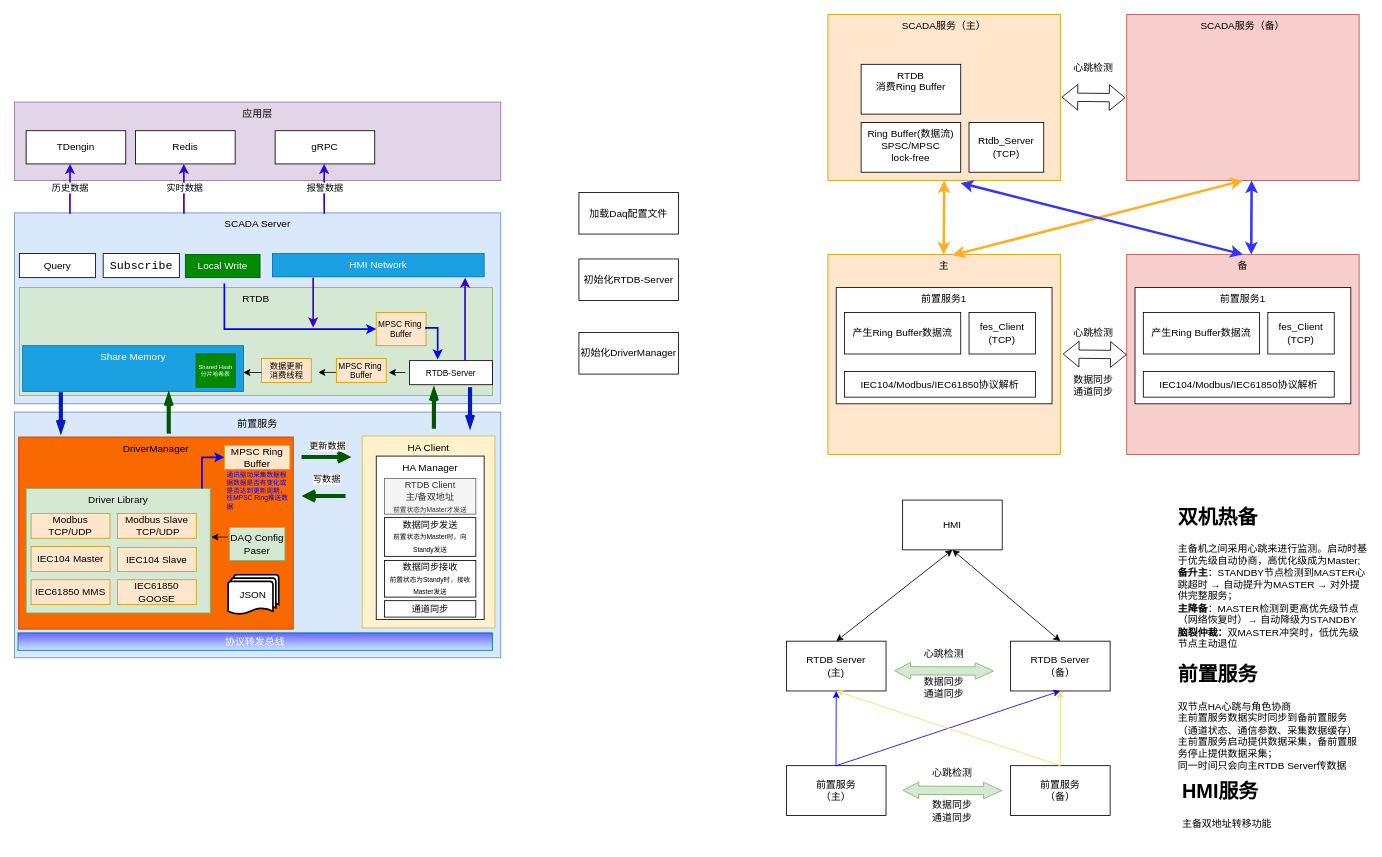
fuhui0321/diagram keeps this draw.io diagram as page "前置&SCADA架构" (3 of 4) of EMS软件架构图.drawio. Above is the earlier version. Source tidied: cells renumbered, new cells numbered last; positions are measured from the earlier drawing's top-left corner, leaving out a move shared by most shapes. Both pictures are drawn from the tidied source at 83%, with x=0, y=0 at pixel (14, 14).
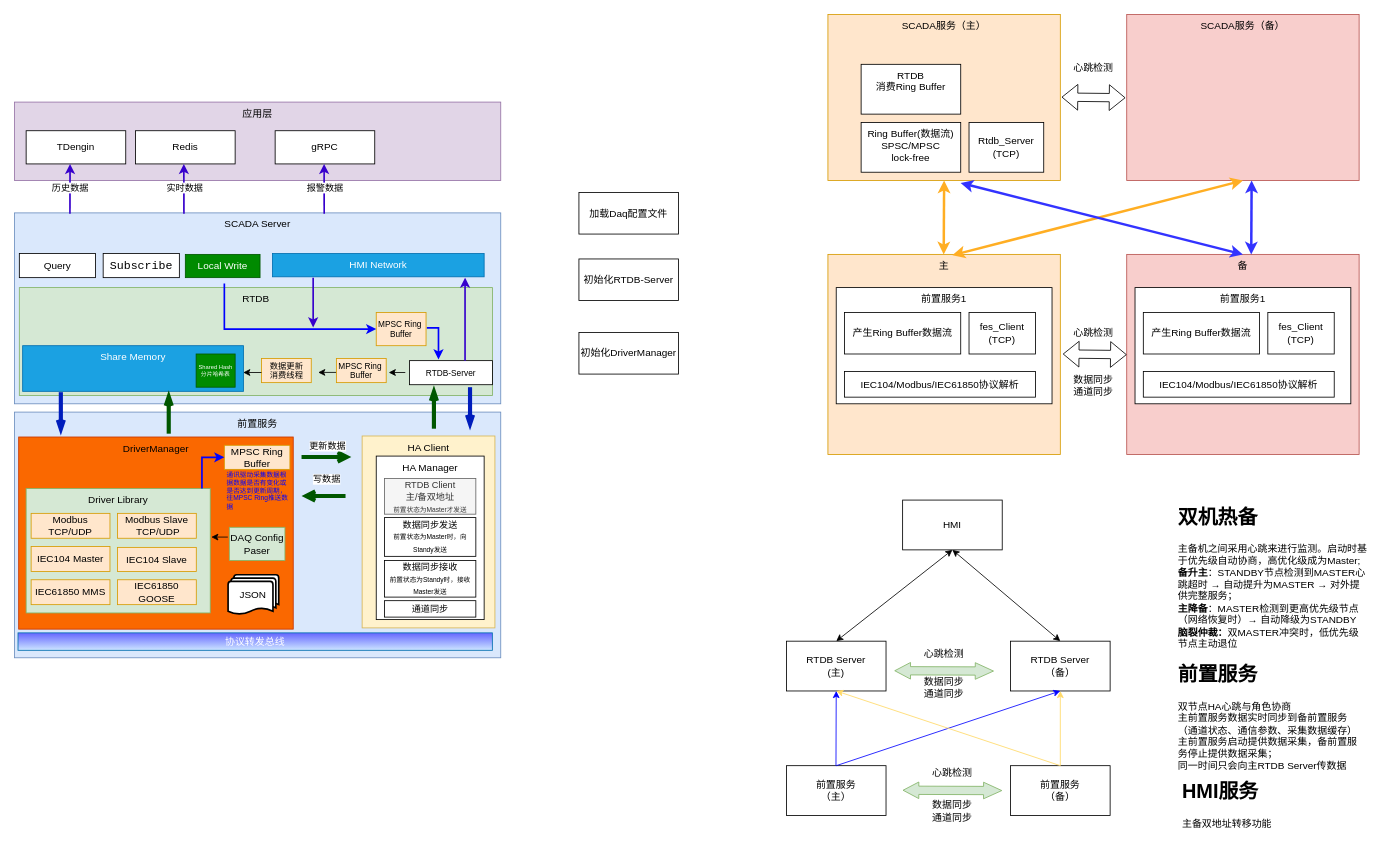
After the change.

Commit message:
更新EMS软件架构图.drawio

Unchanged cells that the change refers to:
```xml
<mxCell id="42" value="&lt;div&gt;MPSC Ring&amp;nbsp;&lt;/div&gt;&lt;div&gt;Buffer&lt;/div&gt;" style="rounded=0;whiteSpace=wrap;html=1;fillColor=#ffe6cc;strokeColor=#d79b00;fontSize=10;" parent="1" vertex="1">
  <mxGeometry x="435.8" y="359" width="60" height="40" as="geometry" />
</mxCell>
```

The edit, as a diff of the source:
```diff
@@
-    <mxCell id="44" style="endArrow=classic;html=1;rounded=0;edgeStyle=orthogonalEdgeStyle;fontSize=14;strokeWidth=2;strokeColor=#0000FF;exitX=1;exitY=0.5;exitDx=0;exitDy=0;" parent="1" edge="1" source="42">
+    <mxCell id="44" style="endArrow=classic;html=1;rounded=0;edgeStyle=orthogonalEdgeStyle;fontSize=14;strokeWidth=2;strokeColor=#0000FF;" parent="1" edge="1">
       <mxGeometry relative="1" as="geometry">
-        <mxPoint x="509.8" y="415.5" as="targetPoint" />
+        <mxPoint x="498" y="377.5" as="sourcePoint" />
+        <mxPoint x="510.8" y="415.5" as="targetPoint" />
         <Array as="points">
-          <mxPoint x="495.8" y="377.5" />
-          <mxPoint x="509.8" y="377.5" />
+          <mxPoint x="496.8" y="377.5" />
+          <mxPoint x="510.8" y="377.5" />
         </Array>
       </mxGeometry>
     </mxCell>
```
